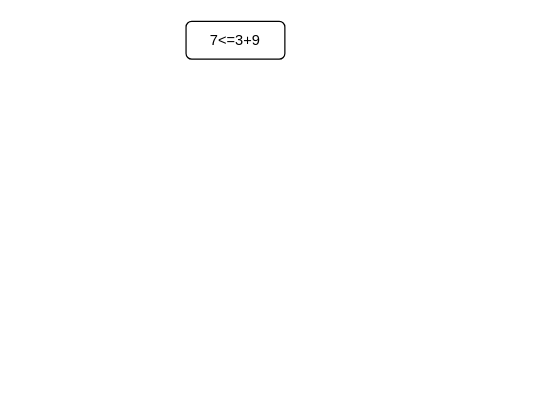
This is 测试.drawio from ZYNsama666/BackUp, a draw.io file, before an edit. Source tidied: cells renumbered, new cells numbered last; positions are measured from the earlier drawing's top-left corner, leaving out a move shared by most shapes. Both pictures are drawn from the tidied source at 122%, with x=0, y=0 at pixel (185, 21).
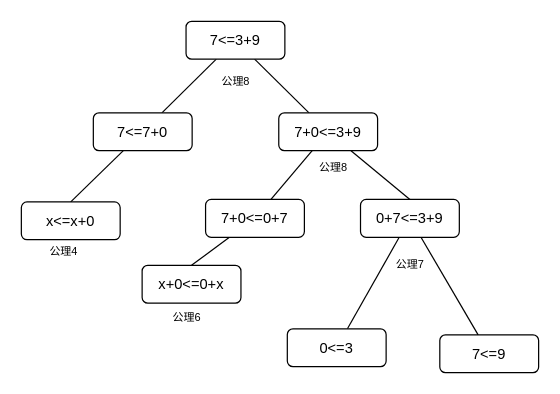
The same page after the edit.

Unchanged cells that the change refers to:
```xml
<mxCell id="2" value="7&amp;lt;=3+9" style="rounded=1;whiteSpace=wrap;html=1;" parent="1" vertex="1">
  <mxGeometry width="81" height="31" as="geometry" />
</mxCell>
```

The edit, as a diff of the source:
```diff
@@
+    <mxCell id="3" style="rounded=0;jettySize=auto;html=1;endArrow=none;endFill=0;" parent="1" edge="1" source="2" target="6">
+      <mxGeometry relative="1" as="geometry" />
+    </mxCell>
+    <mxCell id="4" style="rounded=0;jettySize=auto;html=1;startArrow=none;startFill=0;endArrow=none;endFill=0;" parent="1" edge="1" source="2" target="9">
+      <mxGeometry relative="1" as="geometry" />
+    </mxCell>
@@
+    <mxCell id="5" style="rounded=0;jettySize=auto;html=1;entryX=0.5;entryY=0;entryDx=0;entryDy=0;endArrow=none;endFill=0;" parent="1" edge="1" source="6" target="11">
+      <mxGeometry relative="1" as="geometry" />
+    </mxCell>
+    <mxCell id="6" value="7&amp;lt;=7+0" style="rounded=1;whiteSpace=wrap;html=1;" parent="1" vertex="1">
+      <mxGeometry x="-76" y="75" width="81" height="31" as="geometry" />
+    </mxCell>
+    <mxCell id="7" style="rounded=0;jettySize=auto;html=1;endArrow=none;endFill=0;" parent="1" edge="1" source="9" target="14">
+      <mxGeometry relative="1" as="geometry" />
+    </mxCell>
+    <mxCell id="8" style="rounded=0;jettySize=auto;html=1;entryX=0.5;entryY=0;entryDx=0;entryDy=0;endArrow=none;endFill=0;" parent="1" edge="1" source="9" target="17">
+      <mxGeometry relative="1" as="geometry" />
+    </mxCell>
+    <mxCell id="9" value="7+0&amp;lt;=3+9" style="rounded=1;whiteSpace=wrap;html=1;" parent="1" vertex="1">
+      <mxGeometry x="76" y="75" width="81" height="31" as="geometry" />
+    </mxCell>
+    <mxCell id="10" value="&lt;font style=&quot;font-size: 9px;&quot;&gt;公理8&lt;/font&gt;" style="text;html=1;align=center;verticalAlign=middle;whiteSpace=wrap;rounded=0;" parent="1" vertex="1">
+      <mxGeometry x="10.5" y="34" width="60" height="30" as="geometry" />
+    </mxCell>
+    <mxCell id="11" value="x&amp;lt;=x+0" style="rounded=1;whiteSpace=wrap;html=1;" parent="1" vertex="1">
+      <mxGeometry x="-135" y="148" width="81" height="31" as="geometry" />
+    </mxCell>
+    <mxCell id="12" value="&lt;font style=&quot;font-size: 9px;&quot;&gt;公理4&lt;/font&gt;" style="text;html=1;align=center;verticalAlign=middle;whiteSpace=wrap;rounded=0;" parent="1" vertex="1">
+      <mxGeometry x="-130" y="173" width="60" height="30" as="geometry" />
+    </mxCell>
+    <mxCell id="13" style="rounded=0;jettySize=auto;html=1;entryX=0.5;entryY=0;entryDx=0;entryDy=0;endArrow=none;endFill=0;" parent="1" edge="1" source="14" target="20">
+      <mxGeometry relative="1" as="geometry" />
+    </mxCell>
+    <mxCell id="14" value="7+0&amp;lt;=0+7" style="rounded=1;whiteSpace=wrap;html=1;" parent="1" vertex="1">
+      <mxGeometry x="16" y="146" width="81" height="31" as="geometry" />
+    </mxCell>
+    <mxCell id="15" style="rounded=0;jettySize=auto;html=1;endArrow=none;endFill=0;" parent="1" edge="1" source="17" target="21">
+      <mxGeometry relative="1" as="geometry" />
+    </mxCell>
+    <mxCell id="16" style="rounded=0;jettySize=auto;html=1;endArrow=none;endFill=0;" parent="1" edge="1" source="17" target="22">
+      <mxGeometry relative="1" as="geometry" />
+    </mxCell>
+    <mxCell id="17" value="0+7&amp;lt;=3+9" style="rounded=1;whiteSpace=wrap;html=1;" parent="1" vertex="1">
+      <mxGeometry x="143" y="146" width="81" height="31" as="geometry" />
+    </mxCell>
+    <mxCell id="18" value="&lt;font style=&quot;font-size: 9px;&quot;&gt;公理6&lt;/font&gt;" style="text;html=1;align=center;verticalAlign=middle;whiteSpace=wrap;rounded=0;" parent="1" vertex="1">
+      <mxGeometry x="-29" y="227" width="60" height="30" as="geometry" />
+    </mxCell>
+    <mxCell id="19" value="&lt;font style=&quot;font-size: 9px;&quot;&gt;公理8&lt;/font&gt;" style="text;html=1;align=center;verticalAlign=middle;whiteSpace=wrap;rounded=0;" parent="1" vertex="1">
+      <mxGeometry x="91" y="104" width="60" height="30" as="geometry" />
+    </mxCell>
+    <mxCell id="20" value="x+0&amp;lt;=0+x" style="rounded=1;whiteSpace=wrap;html=1;" parent="1" vertex="1">
+      <mxGeometry x="-36" y="200" width="81" height="31" as="geometry" />
+    </mxCell>
+    <mxCell id="21" value="0&amp;lt;=3" style="rounded=1;whiteSpace=wrap;html=1;" parent="1" vertex="1">
+      <mxGeometry x="83" y="252" width="81" height="31" as="geometry" />
+    </mxCell>
+    <mxCell id="22" value="7&amp;lt;=9" style="rounded=1;whiteSpace=wrap;html=1;" parent="1" vertex="1">
+      <mxGeometry x="208" y="257" width="81" height="31" as="geometry" />
+    </mxCell>
+    <mxCell id="23" value="&lt;font style=&quot;font-size: 9px;&quot;&gt;公理7&lt;/font&gt;" style="text;html=1;align=center;verticalAlign=middle;whiteSpace=wrap;rounded=0;" parent="1" vertex="1">
+      <mxGeometry x="153.5" y="184" width="60" height="30" as="geometry" />
+    </mxCell>
```
